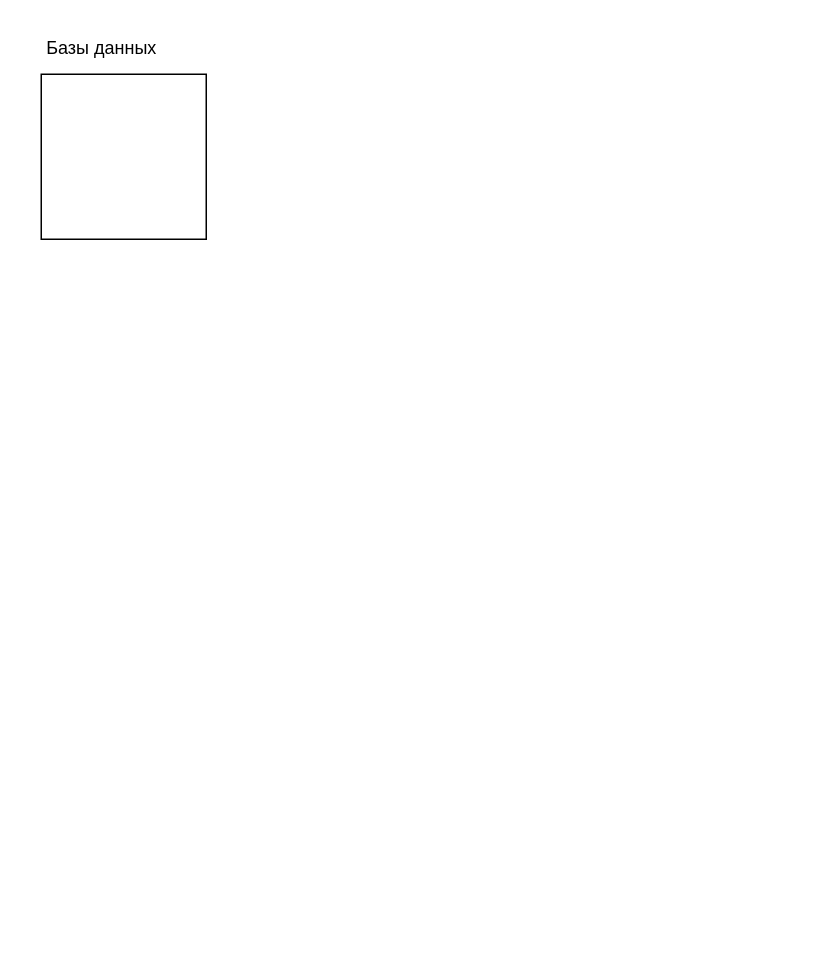
The draw.io diagram Диаграмма без названия.drawio in Fox1N69/site, before the edit. Source tidied: cells renumbered, new cells numbered last; positions are measured from the earlier drawing's top-left corner, leaving out a move shared by most shapes. Both pictures are drawn from the tidied source at 150%, with x=0, y=0 at pixel (26, 26).
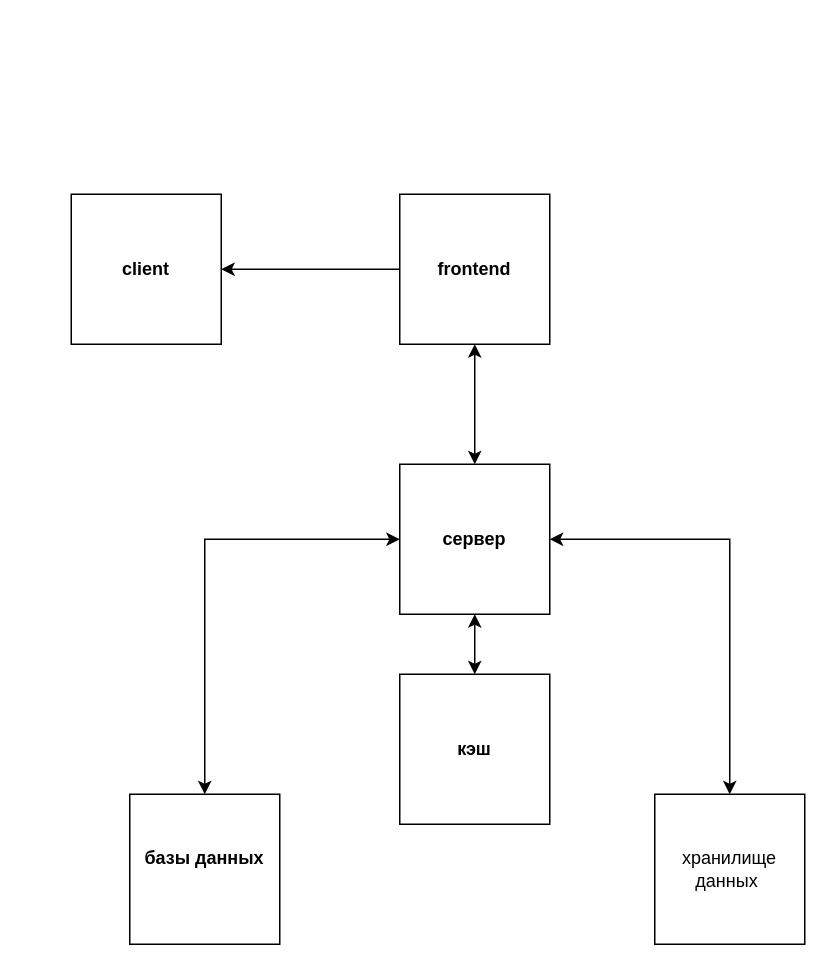
After the change.

Diff of the diagram source:
```diff
@@
 <mxGraphModel>
   <root>
     <mxCell id="0" />
     <mxCell id="1" parent="0" />
-    <mxCell id="2" style="whiteSpace=wrap;html=1;" parent="1" vertex="1">
-      <mxGeometry x="10" y="32" width="110" height="110" as="geometry" />
-    </mxCell>
-    <mxCell id="3" value="Базы данных&lt;br&gt;" style="text;html=1;align=center;verticalAlign=middle;strokeColor=none;fillColor=none;" parent="1" vertex="1">
-      <mxGeometry width="100" height="30" as="geometry" />
-    </mxCell>
+    <mxCell id="4" value="&lt;b&gt;сервер&lt;br&gt;&lt;/b&gt;" style="whiteSpace=wrap;html=1;" parent="1" vertex="1">
+      <mxGeometry x="249" y="292" width="100" height="100" as="geometry" />
+    </mxCell>
+    <mxCell id="5" value="&lt;b&gt;базы данных&lt;br&gt;&lt;br&gt;&lt;/b&gt;" style="whiteSpace=wrap;html=1;" parent="1" vertex="1">
+      <mxGeometry x="69" y="512" width="100" height="100" as="geometry" />
+    </mxCell>
+    <mxCell id="6" style="endArrow=classic;startArrow=classic;html=1;rounded=0;" parent="1" edge="1" source="5" target="4">
+      <mxGeometry relative="1" as="geometry">
+        <Array as="points">
+          <mxPoint x="119" y="342" />
+        </Array>
+      </mxGeometry>
+    </mxCell>
+    <mxCell id="7" value="хранилище данных&amp;nbsp;" style="whiteSpace=wrap;html=1;" parent="1" vertex="1">
+      <mxGeometry x="419" y="512" width="100" height="100" as="geometry" />
+    </mxCell>
+    <mxCell id="8" style="endArrow=classic;startArrow=classic;html=1;rounded=0;exitX=1;exitY=0.5;exitDx=0;exitDy=0;entryX=0.5;entryY=0;entryDx=0;entryDy=0;" parent="1" edge="1" source="4" target="7">
+      <mxGeometry relative="1" as="geometry">
+        <Array as="points">
+          <mxPoint x="469" y="342" />
+        </Array>
+      </mxGeometry>
+    </mxCell>
+    <mxCell id="9" value="&lt;b&gt;кэш&lt;br&gt;&lt;/b&gt;" style="whiteSpace=wrap;html=1;" parent="1" vertex="1">
+      <mxGeometry x="249" y="432" width="100" height="100" as="geometry" />
+    </mxCell>
+    <mxCell id="10" style="endArrow=classic;startArrow=classic;html=1;rounded=0;exitX=0.5;exitY=0;exitDx=0;exitDy=0;entryX=0.5;entryY=1;entryDx=0;entryDy=0;" parent="1" edge="1" source="9" target="4">
+      <mxGeometry relative="1" as="geometry" />
+    </mxCell>
+    <mxCell id="11" style="edgeStyle=orthogonalEdgeStyle;rounded=0;jettySize=auto;html=1;" parent="1" edge="1" source="12" target="14">
+      <mxGeometry relative="1" as="geometry" />
+    </mxCell>
+    <mxCell id="12" value="&lt;b&gt;frontend&lt;br&gt;&lt;/b&gt;" style="whiteSpace=wrap;html=1;" parent="1" vertex="1">
+      <mxGeometry x="249" y="112" width="100" height="100" as="geometry" />
+    </mxCell>
+    <mxCell id="13" style="endArrow=classic;startArrow=classic;html=1;rounded=0;entryX=0.5;entryY=1;entryDx=0;entryDy=0;exitX=0.5;exitY=0;exitDx=0;exitDy=0;" parent="1" edge="1" source="4" target="12">
+      <mxGeometry relative="1" as="geometry" />
+    </mxCell>
+    <mxCell id="14" value="&lt;b&gt;client&lt;br&gt;&lt;/b&gt;" style="whiteSpace=wrap;html=1;" parent="1" vertex="1">
+      <mxGeometry x="30" y="112" width="100" height="100" as="geometry" />
+    </mxCell>
   </root>
 </mxGraphModel>
```
